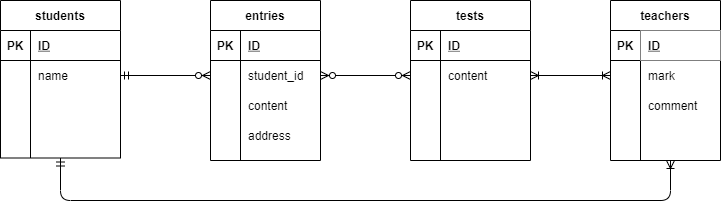
This is index.drawio.png from Rise-K/coachtech-db-practice, a draw.io export, as it was before one commit. Source tidied: cells renumbered, new cells last; positions are measured from the earlier drawing's top-left corner, leaving out a move shared by most shapes.
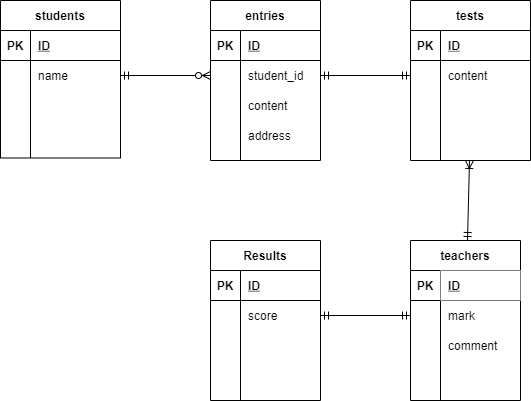
The same file after the commit.

Commit message:
“エンティティの追加”

Change to the diagram source:
```diff
@@ -42,7 +42,7 @@
       <mxGeometry x="30" width="90" height="30" as="geometry" />
     </mxCell>
     <mxCell id="15" value="teachers" style="shape=table;startSize=30;rowLines=0;fontStyle=1;align=center;" parent="1" vertex="1">
-      <mxGeometry x="610" width="110" height="160" as="geometry" />
+      <mxGeometry x="410" y="240" width="110" height="160" as="geometry" />
     </mxCell>
     <mxCell id="16" style="shape=partialRectangle;fillColor=none;top=0;left=0;bottom=1;right=0;" parent="15" vertex="1">
       <mxGeometry y="30" width="110" height="30" as="geometry" />
@@ -124,25 +124,6 @@
         <mxPoint x="210" y="75" as="targetPoint" />
       </mxGeometry>
     </mxCell>
-    <mxCell id="42" style="fontSize=12;html=1;endArrow=ERzeroToMany;endFill=1;startArrow=ERzeroToMany;entryX=0;entryY=0.5;entryDx=0;entryDy=0;exitX=1;exitY=0.5;exitDx=0;exitDy=0;" parent="1" edge="1" target="32">
-      <mxGeometry relative="1" as="geometry">
-        <mxPoint x="320" y="75" as="sourcePoint" />
-      </mxGeometry>
-    </mxCell>
-    <mxCell id="43" style="fontSize=12;html=1;endArrow=ERoneToMany;startArrow=ERoneToMany;exitX=1;exitY=0.5;exitDx=0;exitDy=0;" parent="1" edge="1" source="32">
-      <mxGeometry relative="1" as="geometry">
-        <mxPoint x="610" y="75" as="targetPoint" />
-      </mxGeometry>
-    </mxCell>
-    <mxCell id="44" style="fontSize=12;html=1;endArrow=ERoneToMany;startArrow=ERmandOne;edgeStyle=orthogonalEdgeStyle;exitX=0.5;exitY=1;exitDx=0;exitDy=0;" parent="1" edge="1" source="2">
-      <mxGeometry relative="1" as="geometry">
-        <mxPoint x="670" y="160" as="targetPoint" />
-        <Array as="points">
-          <mxPoint x="60" y="200" />
-          <mxPoint x="670" y="200" />
-        </Array>
-      </mxGeometry>
-    </mxCell>
     <mxCell id="45" value="entries" style="shape=table;startSize=30;rowLines=0;fontStyle=1;align=center;" parent="1" vertex="1">
       <mxGeometry x="210" width="110" height="160" as="geometry" />
     </mxCell>
@@ -182,5 +163,55 @@
     <mxCell id="57" value="address" style="shape=partialRectangle;fillColor=none;top=0;left=0;bottom=0;right=0;align=left;spacingLeft=6;overflow=hidden;" parent="55" vertex="1">
       <mxGeometry x="30" width="80" height="30" as="geometry" />
     </mxCell>
+    <mxCell id="58" style="fontSize=12;html=1;endArrow=ERmandOne;startArrow=ERmandOne;entryX=0;entryY=0.5;entryDx=0;entryDy=0;exitX=1;exitY=0.5;exitDx=0;exitDy=0;" parent="1" edge="1" source="49" target="32">
+      <mxGeometry relative="1" as="geometry" />
+    </mxCell>
+    <mxCell id="59" value="Results" style="shape=table;startSize=30;rowLines=0;fontStyle=1;align=center;" parent="1" vertex="1">
+      <mxGeometry x="210" y="240" width="110" height="160" as="geometry" />
+    </mxCell>
+    <mxCell id="60" style="shape=partialRectangle;fillColor=none;top=0;left=0;bottom=1;right=0;" parent="59" vertex="1">
+      <mxGeometry y="30" width="110" height="30" as="geometry" />
+    </mxCell>
+    <mxCell id="61" value="PK" style="shape=partialRectangle;fillColor=none;top=0;left=0;bottom=0;right=0;fontStyle=1;overflow=hidden;" parent="60" vertex="1">
+      <mxGeometry width="30" height="30" as="geometry" />
+    </mxCell>
+    <mxCell id="62" value="ID" style="shape=partialRectangle;fillColor=none;top=0;left=0;bottom=0;right=0;align=left;spacingLeft=6;fontStyle=5;overflow=hidden;" parent="60" vertex="1">
+      <mxGeometry x="30" width="80" height="30" as="geometry" />
+    </mxCell>
+    <mxCell id="63" style="shape=partialRectangle;fillColor=none;top=0;left=0;bottom=0;right=0;points=[[0,0.5],[1,0.5]];portConstraint=eastwest;" parent="59" vertex="1">
+      <mxGeometry y="60" width="110" height="30" as="geometry" />
+    </mxCell>
+    <mxCell id="64" style="shape=partialRectangle;fillColor=none;top=0;left=0;bottom=0;right=0;overflow=hidden;" parent="63" vertex="1">
+      <mxGeometry width="30" height="30" as="geometry" />
+    </mxCell>
+    <mxCell id="65" value="score" style="shape=partialRectangle;fillColor=none;top=0;left=0;bottom=0;right=0;align=left;spacingLeft=6;overflow=hidden;" parent="63" vertex="1">
+      <mxGeometry x="30" width="80" height="30" as="geometry" />
+    </mxCell>
+    <mxCell id="66" style="shape=partialRectangle;fillColor=none;top=0;left=0;bottom=0;right=0;" parent="59" vertex="1">
+      <mxGeometry y="90" width="110" height="30" as="geometry" />
+    </mxCell>
+    <mxCell id="67" style="shape=partialRectangle;fillColor=none;top=0;left=0;bottom=0;right=0;overflow=hidden;" parent="66" vertex="1">
+      <mxGeometry width="30" height="30" as="geometry" />
+    </mxCell>
+    <mxCell id="68" style="shape=partialRectangle;fillColor=none;top=0;left=0;bottom=0;right=0;align=left;spacingLeft=6;overflow=hidden;" parent="66" vertex="1">
+      <mxGeometry x="30" width="80" height="30" as="geometry" />
+    </mxCell>
+    <mxCell id="69" style="shape=partialRectangle;fillColor=none;top=0;left=0;bottom=0;right=0;" parent="59" vertex="1">
+      <mxGeometry y="120" width="110" height="30" as="geometry" />
+    </mxCell>
+    <mxCell id="70" style="shape=partialRectangle;fillColor=none;top=0;left=0;bottom=0;right=0;overflow=hidden;" parent="69" vertex="1">
+      <mxGeometry width="30" height="30" as="geometry" />
+    </mxCell>
+    <mxCell id="71" style="shape=partialRectangle;fillColor=none;top=0;left=0;bottom=0;right=0;align=left;spacingLeft=6;overflow=hidden;" parent="69" vertex="1">
+      <mxGeometry x="30" width="80" height="30" as="geometry" />
+    </mxCell>
+    <mxCell id="72" style="fontSize=12;html=1;endArrow=ERoneToMany;startArrow=ERmandOne;" parent="1" edge="1" source="15">
+      <mxGeometry relative="1" as="geometry">
+        <mxPoint x="469" y="160" as="targetPoint" />
+      </mxGeometry>
+    </mxCell>
+    <mxCell id="73" style="fontSize=12;html=1;endArrow=ERmandOne;startArrow=ERmandOne;entryX=0;entryY=0.5;entryDx=0;entryDy=0;exitX=1;exitY=0.5;exitDx=0;exitDy=0;" parent="1" edge="1" source="63" target="19">
+      <mxGeometry relative="1" as="geometry" />
+    </mxCell>
   </root>
 </mxGraphModel>
```
